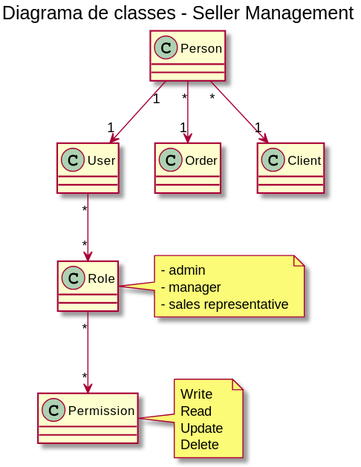
This is docs/diagrama_de_classes/Diagrama de classes - Seller Management.svg from renatabrasil/ninja-fabric-sail, a PlantUML export, as it was before one commit.
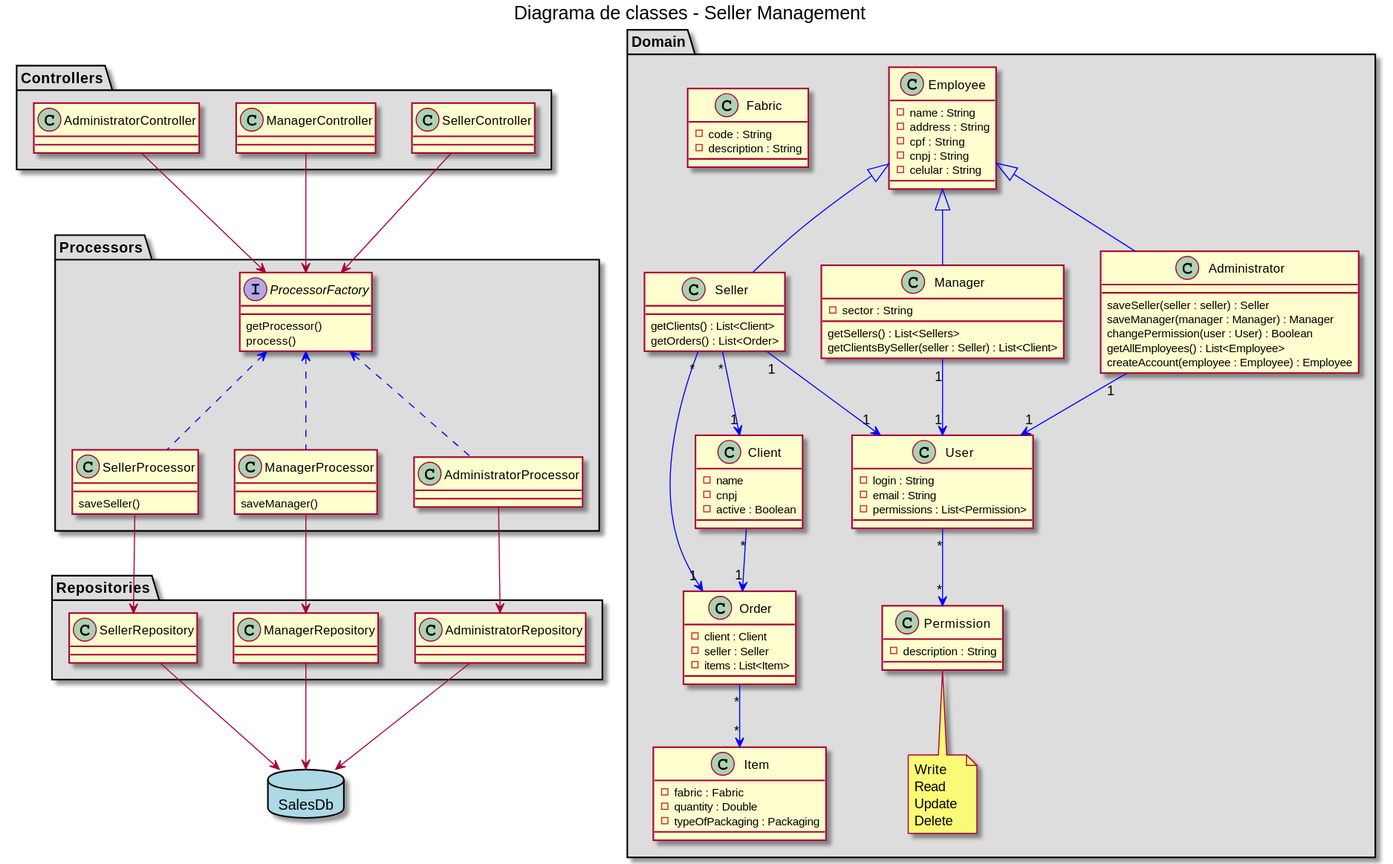
Later version of the same file.

Commit message:
Adicao dos diagramas do modelo

What changed in the source:
```diff
@@ -1,44 +1,142 @@
 @startuml
     title Diagrama de classes - Seller Management
 
+    package Domain #DDDDDD {
+        class Permission {
+        - description : String
+    }
 
-    class Role {
+    note bottom of Permission : Write \nRead \nUpdate \nDelete
+
+    class User {
+        - login : String
+        - email : String
+        - permissions : List<Permission>
+    }
+
+    class Order {
+        - client : Client
+        - seller : Seller
+        - items : List<Item>
+    }
+
+    class Client {
+        - name
+        - cnpj
+        - active : Boolean
+    }
+
+    class Employee {
+        - name : String
+        - address : String
+        - cpf : String
+        - cnpj : String
+        - celular : String
 
     }
 
-    note right of Role: - admin \n- manager \n- sales representative
+    class Seller {
 
-    class Permission {
+        getClients() : List<Client>
+        getOrders() : List<Order>
+    }
+
+    class Manager {
+        - sector : String
+        getSellers() : List<Sellers>
+        getClientsBySeller(seller : Seller) : List<Client>
+    }
+
+    class Administrator {
+        saveSeller(seller : seller) : Seller
+        saveManager(manager : Manager) : Manager
+        changePermission(user : User) : Boolean
+        getAllEmployees() : List<Employee>
+        createAccount(employee : Employee) : Employee
+    }
+
+    class Item {
+        - fabric : Fabric
+        - quantity : Double
+        - typeOfPackaging : Packaging
+    }
+
+    class Fabric {
+        - code : String
+        - description : String
+    }
+
+    Employee <|-- Seller #line:blue
+    Employee <|-- Manager #line:blue
+    Employee <|-- Administrator #line:blue
+    Seller "1" --> "1" User #line:blue
+    Manager "1" --> "1" User #line:blue
+    Administrator "1" --> "1" User #line:blue
+
+    User "*" --> "*" Permission #line:blue
+
+    Seller "*" --> "1" Client #line:blue
+    Seller "*" --> "1" Order #line:blue
+    Order "*" --> "*" Item #line:blue
+    Client "*" --> "1" Order #line:blue
+}
+
+package Controllers #DDDDDD {
+
+    class SellerController{
+
+    }
+    class ManagerController {}
+    class AdministratorController {}
+
+}
+
+package Processors #DDDDDD {
+
+    interface ProcessorFactory {
+        getProcessor()
+        process()
+    }
+
+    class SellerProcessor{
+        saveSeller()
+    }
+    class ManagerProcessor {
+        saveManager()
+    }
+    class AdministratorProcessor {
 
     }
 
-    note right of Permission : Write \nRead \nUpdate \nDelete
+}
 
-    class User {
+package Repositories #DDDDDD {
 
-    }
+    class SellerRepository{}
+    class ManagerRepository {}
+    class AdministratorRepository {}
 
-    class Order {
+}
 
-    }
+package SalesDb <<Database>> #LightBlue {
 
+}
 
+SellerProcessor --> SellerRepository
+ManagerProcessor --> ManagerRepository
+AdministratorProcessor --> AdministratorRepository
 
-    class Client {
+ProcessorFactory <.. SellerProcessor #line:blue
+ProcessorFactory <.. ManagerProcessor #line:blue
+ProcessorFactory <.. AdministratorProcessor #line:blue
 
-    }
+SellerRepository --> SalesDb
+ManagerRepository --> SalesDb
+AdministratorRepository --> SalesDb
 
-    class Person {
-
-    }
-
-
-
-    Person "1" --> "1" User
-    User "*" --> "*" Role
-    Role "*" --> "*" Permission
-    Person "*" --> "1" Client
-    Person "*" --> "1" Order
+SellerController --> ProcessorFactory
+ManagerController --> ProcessorFactory
+AdministratorController --> ProcessorFactory
 
 
 @enduml
```
